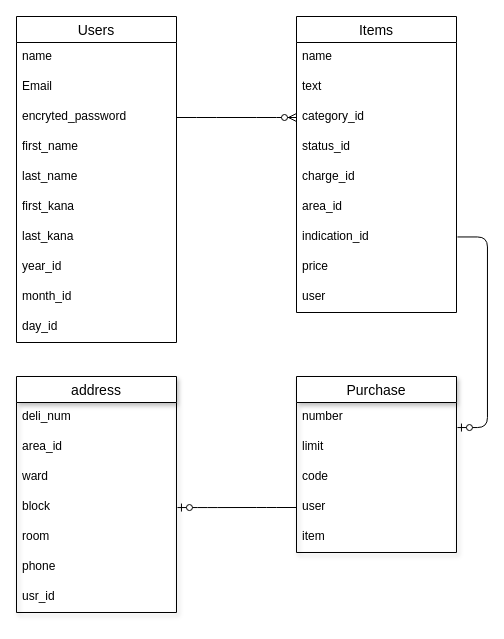
This is ER.dio from ma-bo-3711/furima-36252, a draw.io file, before an edit. Source tidied: cells renumbered, new cells numbered last; positions are measured from the earlier drawing's top-left corner, leaving out a move shared by most shapes. Both pictures are drawn from the tidied source at 100%, with x=0, y=0 at pixel (16, 16).
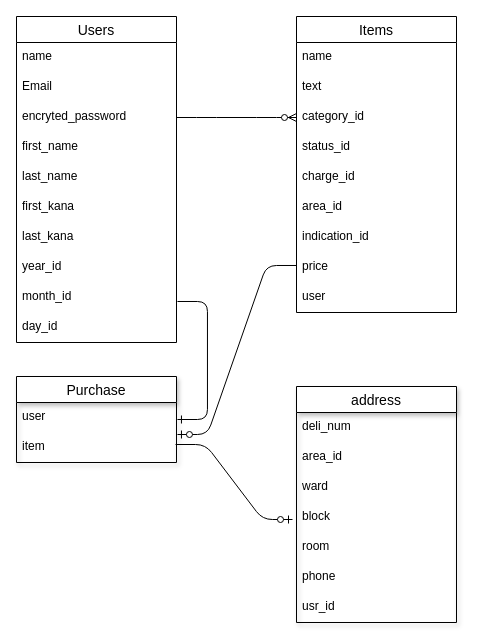
The same diagram, later.

Commit message (it also covers changes not shown here):
DB設計の修正２

The change refers to these unchanged cells:
```xml
<mxCell id="11" value="month_id" style="text;strokeColor=none;fillColor=none;spacingLeft=4;spacingRight=4;overflow=hidden;points=[[0,0.5],[1,0.5]];portConstraint=eastwest;fontSize=12;rotation=0;" parent="2" vertex="1">
  <mxGeometry y="266" width="160" height="30" as="geometry" />
</mxCell>
<mxCell id="20" value="indication_id" style="text;strokeColor=none;fillColor=none;spacingLeft=4;spacingRight=4;overflow=hidden;points=[[0,0.5],[1,0.5]];portConstraint=eastwest;fontSize=12;" parent="13" vertex="1">
  <mxGeometry y="206" width="160" height="30" as="geometry" />
</mxCell>
<mxCell id="21" value="price" style="text;strokeColor=none;fillColor=none;spacingLeft=4;spacingRight=4;overflow=hidden;points=[[0,0.5],[1,0.5]];portConstraint=eastwest;fontSize=12;" parent="13" vertex="1">
  <mxGeometry y="236" width="160" height="30" as="geometry" />
</mxCell>
<mxCell id="33" value="block" style="text;strokeColor=none;fillColor=none;spacingLeft=4;spacingRight=4;overflow=hidden;points=[[0,0.5],[1,0.5]];portConstraint=eastwest;fontSize=12;" parent="29" vertex="1">
  <mxGeometry y="116" width="160" height="30" as="geometry" />
</mxCell>
```

Change to the diagram source:
```diff
@@
     <mxCell id="23" value="Purchase" style="swimlane;fontStyle=0;horizontal=1;startSize=26;align=center;fontSize=14;shadow=1;" parent="1" vertex="1">
-      <mxGeometry x="280" y="360" width="160" height="176" as="geometry" />
+      <mxGeometry y="360" width="160" height="86" as="geometry" />
     </mxCell>
-    <mxCell id="24" value="number" style="text;strokeColor=none;fillColor=none;spacingLeft=4;spacingRight=4;overflow=hidden;fontSize=12;" parent="23" vertex="1">
-      <mxGeometry y="26" width="160" height="30" as="geometry" />
-    </mxCell>
-    <mxCell id="25" value="limit" style="text;strokeColor=none;fillColor=none;spacingLeft=4;spacingRight=4;overflow=hidden;points=[[0,0.5],[1,0.5]];portConstraint=eastwest;fontSize=12;" parent="23" vertex="1">
-      <mxGeometry y="56" width="160" height="30" as="geometry" />
-    </mxCell>
-    <mxCell id="26" value="code" style="text;strokeColor=none;fillColor=none;spacingLeft=4;spacingRight=4;overflow=hidden;fontSize=12;" parent="23" vertex="1">
-      <mxGeometry y="86" width="160" height="30" as="geometry" />
-    </mxCell>
     <mxCell id="27" value="user" style="text;strokeColor=none;fillColor=none;spacingLeft=4;spacingRight=4;overflow=hidden;points=[[0,0.5],[1,0.5]];portConstraint=eastwest;fontSize=12;" parent="23" vertex="1">
-      <mxGeometry y="116" width="160" height="30" as="geometry" />
+      <mxGeometry y="26" width="160" height="30" as="geometry" />
     </mxCell>
     <mxCell id="28" value="item" style="text;strokeColor=none;fillColor=none;spacingLeft=4;spacingRight=4;overflow=hidden;points=[[0,0.5],[1,0.5]];portConstraint=eastwest;fontSize=12;" parent="23" vertex="1">
-      <mxGeometry y="146" width="160" height="30" as="geometry" />
+      <mxGeometry y="56" width="160" height="30" as="geometry" />
     </mxCell>
     <mxCell id="29" value="address" style="swimlane;fontStyle=0;horizontal=1;startSize=26;align=center;fontSize=14;shadow=1;" parent="1" vertex="1">
-      <mxGeometry y="360" width="160" height="236" as="geometry" />
+      <mxGeometry x="280" y="370" width="160" height="236" as="geometry" />
     </mxCell>
@@
-    <mxCell id="38" style="edgeStyle=entityRelationEdgeStyle;fontSize=12;html=1;endArrow=ERzeroToOne;endFill=1;strokeWidth=1;exitX=0;exitY=0.5;exitDx=0;exitDy=0;entryX=1.006;entryY=0.502;entryDx=0;entryDy=0;entryPerimeter=0;" parent="1" edge="1" source="27" target="33">
+    <mxCell id="38" style="edgeStyle=entityRelationEdgeStyle;fontSize=12;html=1;endArrow=ERzeroToOne;endFill=1;strokeWidth=1;exitX=0.994;exitY=0.4;exitDx=0;exitDy=0;entryX=-0.025;entryY=0.567;entryDx=0;entryDy=0;entryPerimeter=0;exitPerimeter=0;" parent="1" edge="1" source="28" target="33">
       <mxGeometry relative="1" as="geometry" />
     </mxCell>
-    <mxCell id="39" style="edgeStyle=entityRelationEdgeStyle;fontSize=12;html=1;endArrow=ERzeroToOne;endFill=1;strokeWidth=1;exitX=1.006;exitY=0.482;exitDx=0;exitDy=0;exitPerimeter=0;entryX=1.006;entryY=-0.165;entryDx=0;entryDy=0;entryPerimeter=0;" parent="1" edge="1" source="20" target="25">
+    <mxCell id="39" style="edgeStyle=entityRelationEdgeStyle;fontSize=12;html=1;endArrow=ERzeroToOne;endFill=1;strokeWidth=1;exitX=0;exitY=0.433;exitDx=0;exitDy=0;exitPerimeter=0;entryX=1.006;entryY=0.067;entryDx=0;entryDy=0;entryPerimeter=0;" parent="1" edge="1" source="21" target="28">
       <mxGeometry relative="1" as="geometry" />
     </mxCell>
+    <mxCell id="40" style="edgeStyle=entityRelationEdgeStyle;fontSize=12;html=1;endArrow=ERone;endFill=1;exitX=1.006;exitY=0.633;exitDx=0;exitDy=0;exitPerimeter=0;entryX=1.006;entryY=0.567;entryDx=0;entryDy=0;entryPerimeter=0;" parent="1" edge="1" source="11" target="27">
+      <mxGeometry relative="1" as="geometry" />
+    </mxCell>
```
